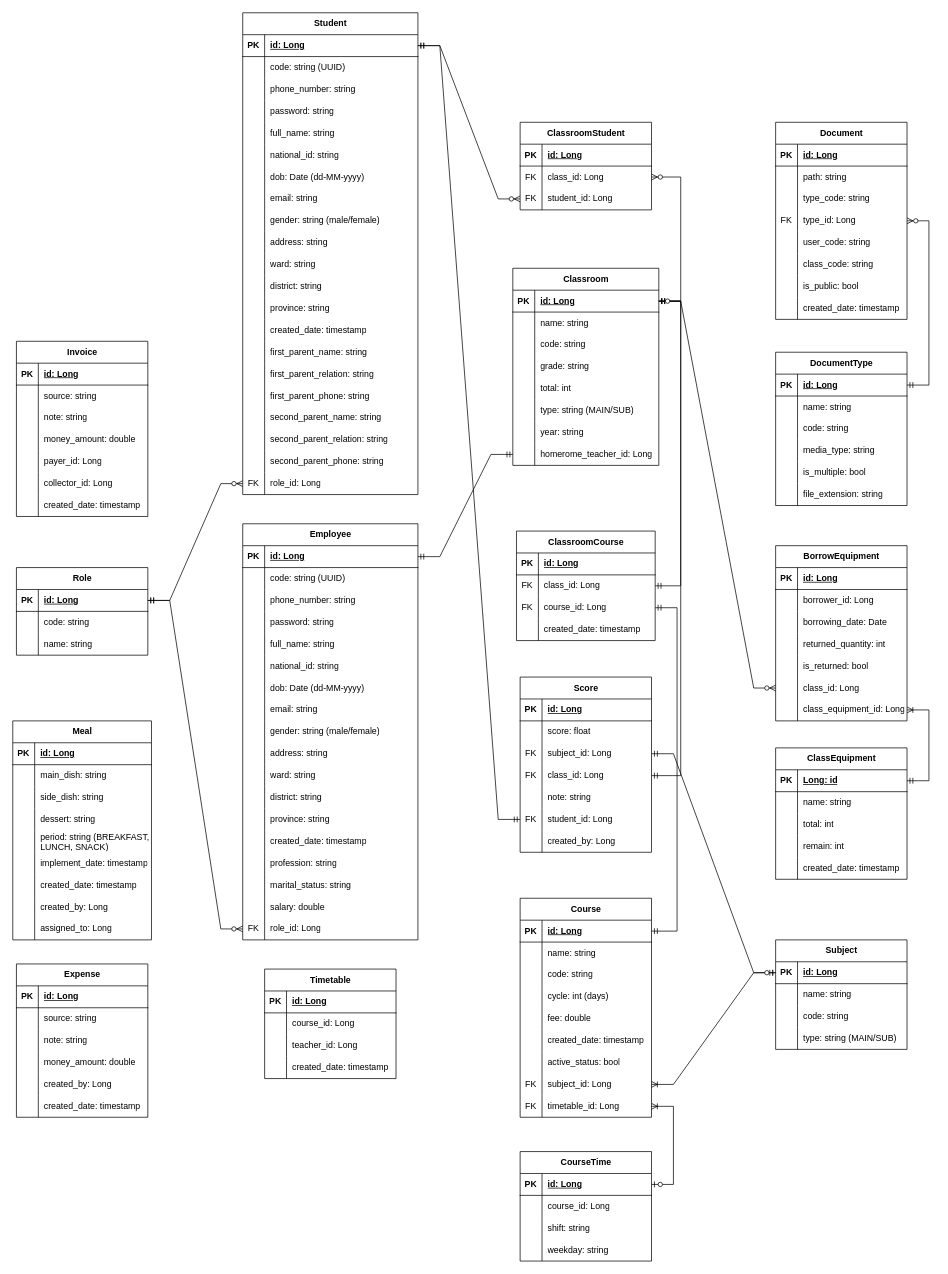
Above: documents/ERD.drawio in ngynanhtai/school-management-project (draw.io), before the change. Source tidied: cells renumbered, new cells numbered last; positions are measured from the earlier drawing's top-left corner, leaving out a move shared by most shapes. Both pictures are drawn from the tidied source at 73%, with x=0, y=0 at pixel (12, 12).
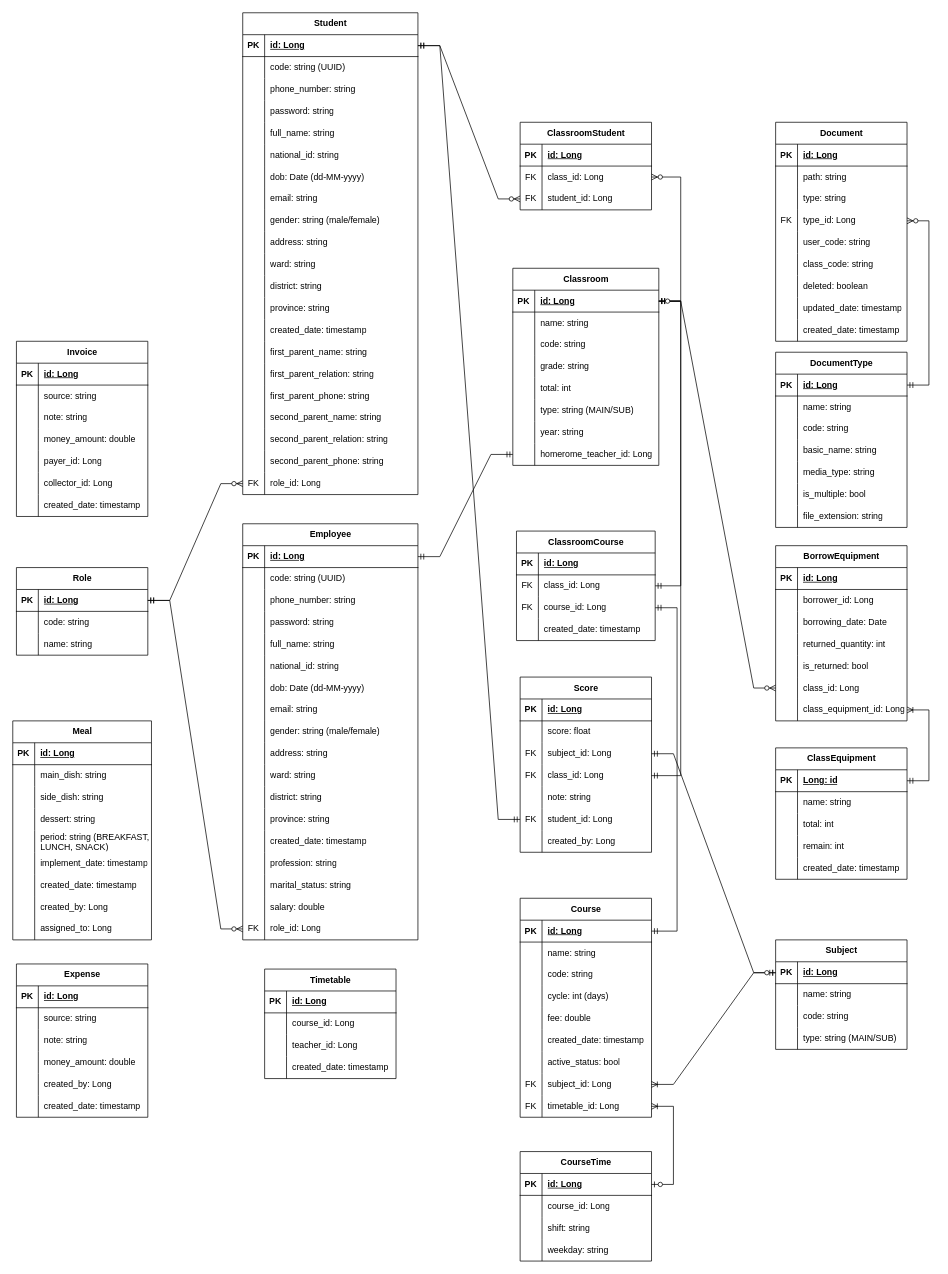
Above is the later version.

The change refers to these unchanged cells:
```xml
<mxCell id="165" style="shape=tableRow;horizontal=0;startSize=0;swimlaneHead=0;swimlaneBody=0;fillColor=none;top=0;left=0;right=0;bottom=0;" parent="158" vertex="1">
  <mxGeometry y="90" width="180" height="30" as="geometry" />
</mxCell>
<mxCell id="177" style="shape=tableRow;horizontal=0;startSize=0;swimlaneHead=0;swimlaneBody=0;fillColor=none;top=0;left=0;right=0;bottom=0;" parent="158" vertex="1">
  <mxGeometry y="210" width="180" height="30" as="geometry" />
</mxCell>
```

The edit, as a diff of the source:
```diff
@@
     <mxCell id="158" value="Document" style="shape=table;startSize=30;childLayout=tableLayout;rowLines=0;fontStyle=1;align=center;html=1;" parent="1" vertex="1">
-      <mxGeometry x="1045" y="150" width="180" height="270" as="geometry" />
+      <mxGeometry x="1045" y="150" width="180" height="300" as="geometry" />
     </mxCell>
@@
-    <mxCell id="167" value="type_code: string" style="shape=partialRectangle;fillColor=none;top=0;left=0;bottom=0;right=0;align=left;spacingLeft=6;overflow=hidden;whiteSpace=wrap;html=1;" parent="165" vertex="1">
+    <mxCell id="167" value="type: string" style="shape=partialRectangle;fillColor=none;top=0;left=0;bottom=0;right=0;align=left;spacingLeft=6;overflow=hidden;whiteSpace=wrap;html=1;" parent="165" vertex="1">
       <mxGeometry x="30" width="150" height="30" as="geometry" />
     </mxCell>
@@
-    <mxCell id="178" style="shape=partialRectangle;fillColor=none;top=0;left=0;bottom=0;right=0;overflow=hidden;whiteSpace=wrap;html=1;" parent="177" vertex="1">
-      <mxGeometry width="30" height="30" as="geometry" />
-    </mxCell>
-    <mxCell id="179" value="is_public: bool" style="shape=partialRectangle;fillColor=none;top=0;left=0;bottom=0;right=0;align=left;spacingLeft=6;overflow=hidden;whiteSpace=wrap;html=1;" parent="177" vertex="1">
-      <mxGeometry x="30" width="150" height="30" as="geometry" />
-    </mxCell>
+    <mxCell id="434" style="shape=partialRectangle;fillColor=none;top=0;left=0;bottom=0;right=0;overflow=hidden;whiteSpace=wrap;html=1;" parent="177" vertex="1">
+      <mxGeometry width="30" height="30" as="geometry" />
+    </mxCell>
+    <mxCell id="435" value="deleted: boolean" style="shape=partialRectangle;fillColor=none;top=0;left=0;bottom=0;right=0;align=left;spacingLeft=6;overflow=hidden;whiteSpace=wrap;html=1;" parent="177" vertex="1">
+      <mxGeometry x="30" width="150" height="30" as="geometry" />
+    </mxCell>
+    <mxCell id="436" style="shape=tableRow;horizontal=0;startSize=0;swimlaneHead=0;swimlaneBody=0;fillColor=none;top=0;left=0;right=0;bottom=0;" parent="158" vertex="1">
+      <mxGeometry y="240" width="180" height="30" as="geometry" />
+    </mxCell>
+    <mxCell id="437" style="shape=partialRectangle;fillColor=none;top=0;left=0;bottom=0;right=0;overflow=hidden;whiteSpace=wrap;html=1;" parent="436" vertex="1">
+      <mxGeometry width="30" height="30" as="geometry" />
+    </mxCell>
+    <mxCell id="438" value="updated_date: timestamp" style="shape=partialRectangle;fillColor=none;top=0;left=0;bottom=0;right=0;align=left;spacingLeft=6;overflow=hidden;whiteSpace=wrap;html=1;" parent="436" vertex="1">
+      <mxGeometry x="30" width="150" height="30" as="geometry" />
+    </mxCell>
     <mxCell id="180" style="shape=tableRow;horizontal=0;startSize=0;swimlaneHead=0;swimlaneBody=0;fillColor=none;top=0;left=0;right=0;bottom=0;" parent="158" vertex="1">
-      <mxGeometry y="240" width="180" height="30" as="geometry" />
+      <mxGeometry y="270" width="180" height="30" as="geometry" />
     </mxCell>
@@
     <mxCell id="183" value="DocumentType" style="shape=table;startSize=30;childLayout=tableLayout;rowLines=0;fontStyle=1;align=center;html=1;" parent="1" vertex="1">
-      <mxGeometry x="1045" y="465" width="180" height="210" as="geometry" />
+      <mxGeometry x="1045" y="465" width="180" height="240" as="geometry" />
     </mxCell>
@@
+    <mxCell id="439" style="shape=tableRow;horizontal=0;startSize=0;swimlaneHead=0;swimlaneBody=0;fillColor=none;top=0;left=0;right=0;bottom=0;" parent="183" vertex="1">
+      <mxGeometry y="120" width="180" height="30" as="geometry" />
+    </mxCell>
+    <mxCell id="440" style="shape=partialRectangle;fillColor=none;top=0;left=0;bottom=0;right=0;overflow=hidden;whiteSpace=wrap;html=1;" parent="439" vertex="1">
+      <mxGeometry width="30" height="30" as="geometry" />
+    </mxCell>
+    <mxCell id="441" value="basic_name: string" style="shape=partialRectangle;fillColor=none;top=0;left=0;bottom=0;right=0;align=left;spacingLeft=6;overflow=hidden;whiteSpace=wrap;html=1;" parent="439" vertex="1">
+      <mxGeometry x="30" width="150" height="30" as="geometry" />
+    </mxCell>
     <mxCell id="193" style="shape=tableRow;horizontal=0;startSize=0;swimlaneHead=0;swimlaneBody=0;fillColor=none;top=0;left=0;right=0;bottom=0;" parent="183" vertex="1">
-      <mxGeometry y="120" width="180" height="30" as="geometry" />
+      <mxGeometry y="150" width="180" height="30" as="geometry" />
     </mxCell>
@@
     <mxCell id="196" style="shape=tableRow;horizontal=0;startSize=0;swimlaneHead=0;swimlaneBody=0;fillColor=none;top=0;left=0;right=0;bottom=0;" parent="183" vertex="1">
-      <mxGeometry y="150" width="180" height="30" as="geometry" />
+      <mxGeometry y="180" width="180" height="30" as="geometry" />
     </mxCell>
@@
     <mxCell id="199" style="shape=tableRow;horizontal=0;startSize=0;swimlaneHead=0;swimlaneBody=0;fillColor=none;top=0;left=0;right=0;bottom=0;" parent="183" vertex="1">
-      <mxGeometry y="180" width="180" height="30" as="geometry" />
+      <mxGeometry y="210" width="180" height="30" as="geometry" />
     </mxCell>
```
